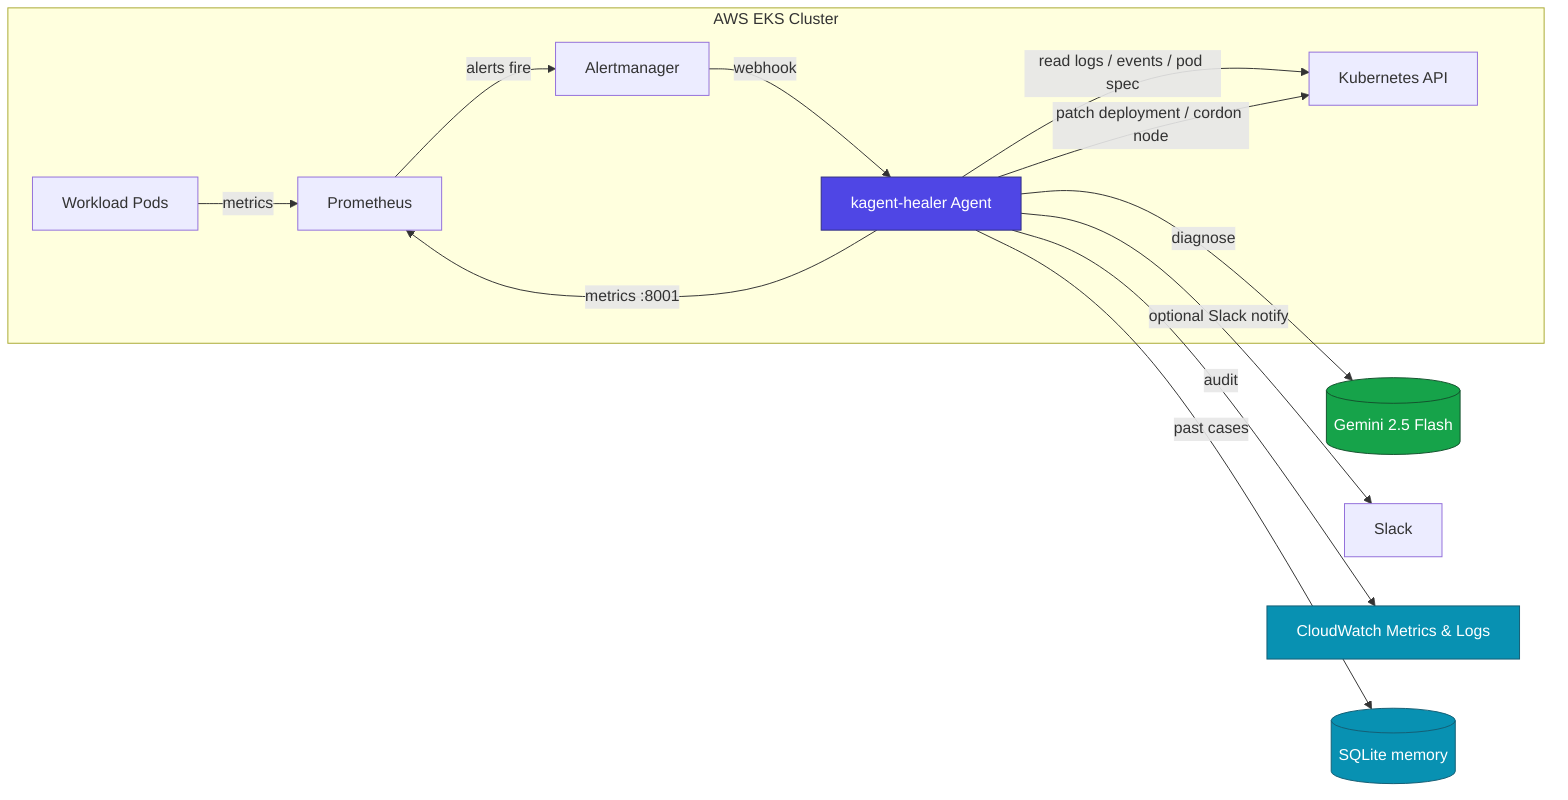
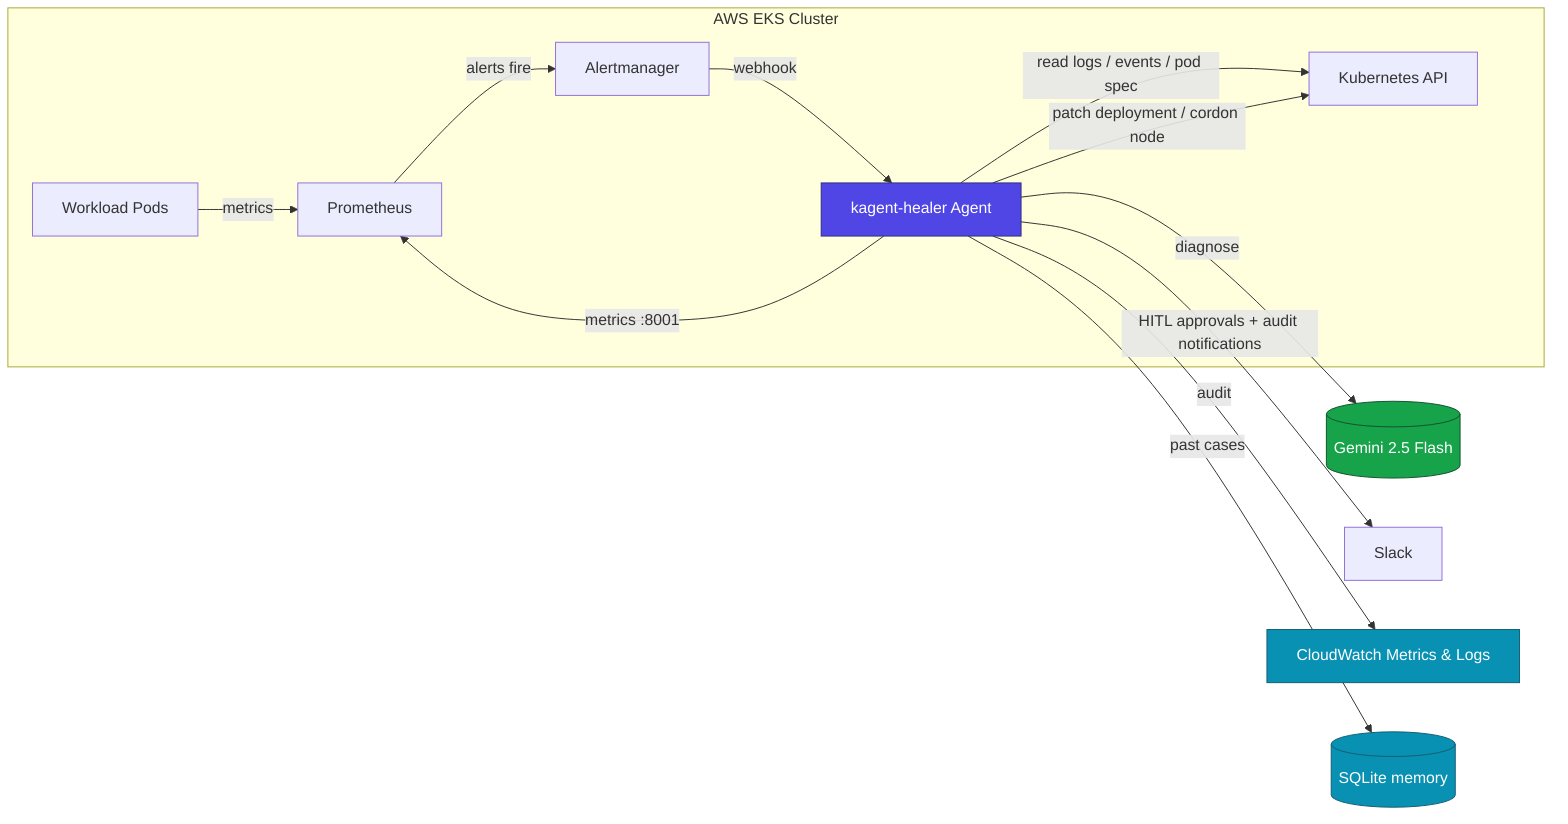
flowchart LR
    subgraph K8s["AWS EKS Cluster"]
        P[Workload Pods] -->|metrics| PR[Prometheus]
        PR -->|alerts fire| AM[Alertmanager]
        AM -->|webhook| AG[kagent-healer Agent]
        AG -->|read logs / events / pod spec| K8sAPI[Kubernetes API]
        AG -->|patch deployment / cordon node| K8sAPI
        AG -->|metrics :8001| PR
    end

    AG -->|diagnose| G[(Gemini 2.5 Flash)]
-     AG -->|optional Slack notify| S[Slack]
+     AG -->|HITL approvals + audit notifications| S[Slack]
    AG -->|audit| CW[CloudWatch Metrics & Logs]
    AG -->|past cases| MEM[(SQLite memory)]

    classDef agent fill:#4f46e5,color:#fff,stroke:#312e81;
    classDef ai fill:#16a34a,color:#fff,stroke:#14532d;
    classDef store fill:#0891b2,color:#fff,stroke:#155e75;
    class AG agent
    class G ai
    class MEM,CW store
